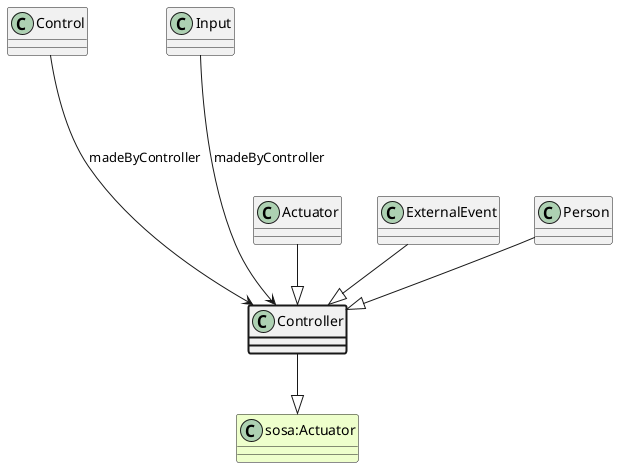
Earlier version of the PlantUML export ttl_uml/ttl_appn_Controller.png (aus-plant-phenomics-network/appn-schema).
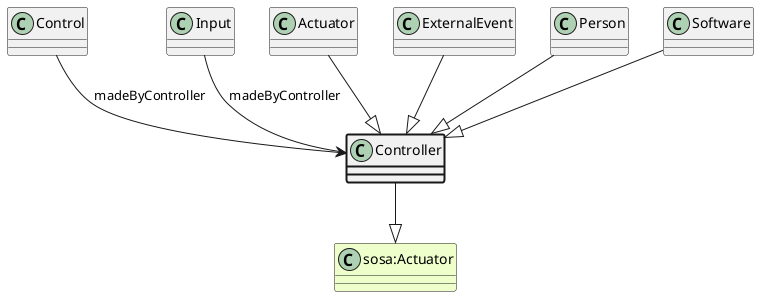
The same file after the commit.

The edit, as a diff of the source:
```diff
@@ -3,13 +3,15 @@
 class "sosa:Actuator" #EEFFCC
 Controller --|> "sosa:Actuator"
 class Control
-Control ----> Controller : madeByController
+Control --> Controller : madeByController
 class Input
-Input ----> Controller : madeByController
+Input --> Controller : madeByController
 class Actuator
 Actuator --|> Controller
 class ExternalEvent
 ExternalEvent --|> Controller
 class Person
 Person --|> Controller
+class Software
+Software --|> Controller
 @enduml
```
